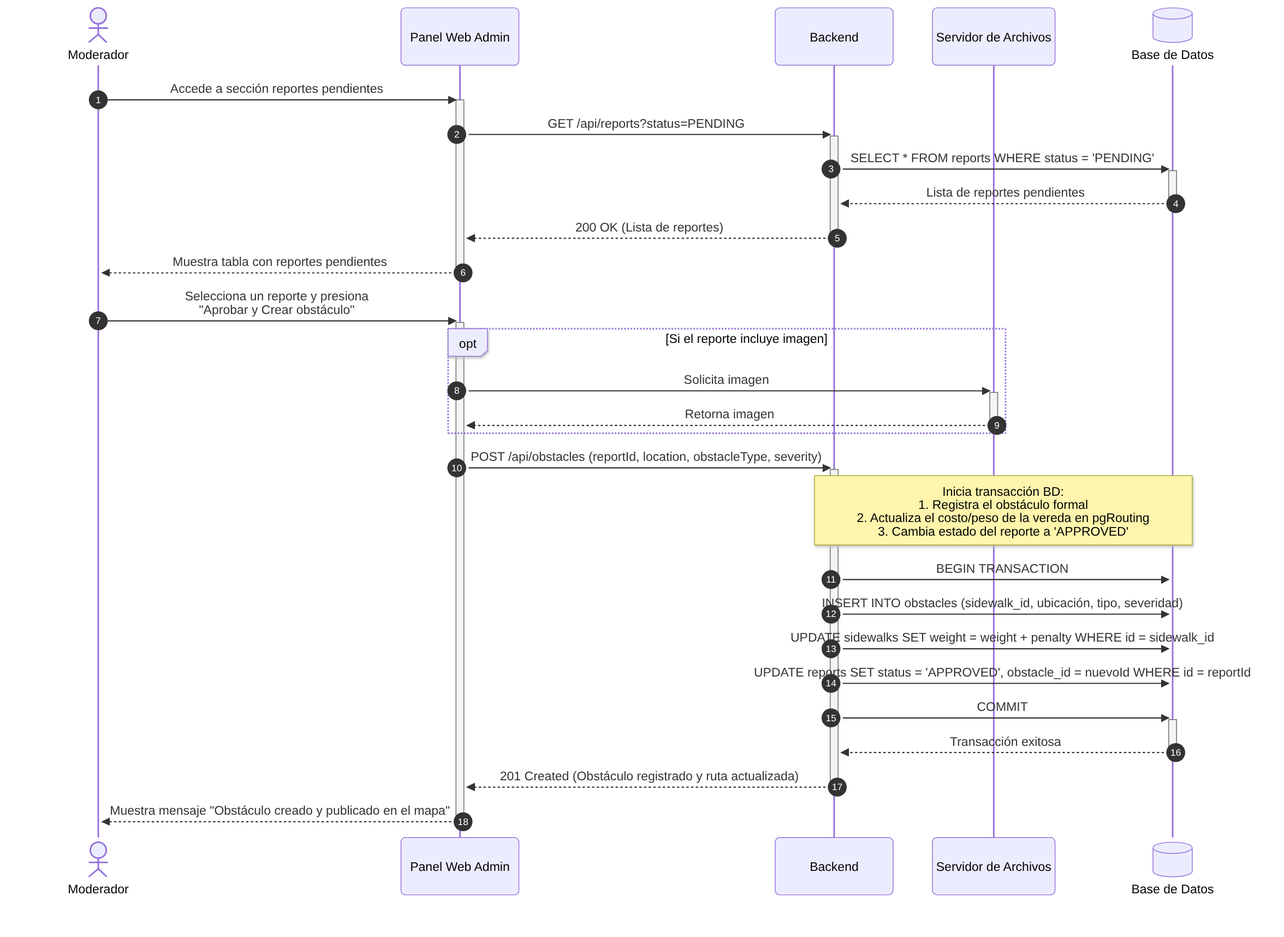
This is docs/diagrams/imgs/03-seq-C012.png from BLP-Technologies/rodando-x-mza, a Mermaid export, as it was before one commit. Its source is kept beside it as docs/diagrams/03-seq-C012.mmd.
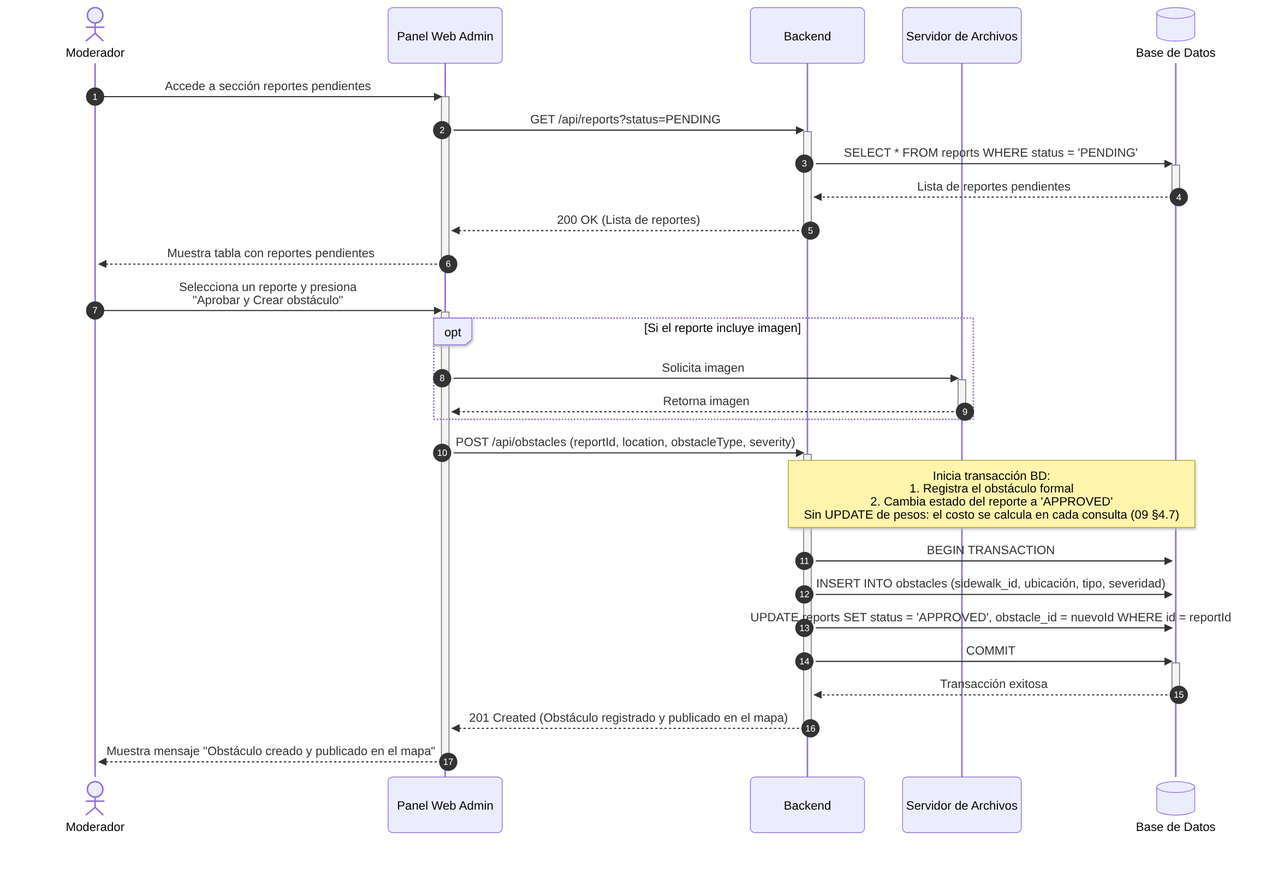
The same diagram one commit later.

The edit, as a diff of the source:
```diff
@@ -40,11 +40,10 @@
 
     activate B
 
-    Note over B,DB: Inicia transacción BD:<br/>1. Registra el obstáculo formal<br/>2. Actualiza el costo/peso de la vereda en pgRouting<br/>3. Cambia estado del reporte a 'APPROVED'
+    Note over B,DB: Inicia transacción BD:<br/>1. Registra el obstáculo formal<br/>2. Cambia estado del reporte a 'APPROVED'<br/>Sin UPDATE de pesos: el costo se calcula en cada consulta (09 §4.7)
 
     B ->> DB: BEGIN TRANSACTION
     B ->> DB: INSERT INTO obstacles (sidewalk_id, ubicación, tipo, severidad)
-    B ->> DB: UPDATE sidewalks SET weight = weight + penalty WHERE id = sidewalk_id
     B ->> DB: UPDATE reports SET status = 'APPROVED', obstacle_id = nuevoId WHERE id = reportId
     B ->> DB: COMMIT
 
@@ -52,7 +51,7 @@
     DB -->> B: Transacción exitosa
     deactivate DB
 
-    B -->> UI: 201 Created (Obstáculo registrado y ruta actualizada)
+    B -->> UI: 201 Created (Obstáculo registrado y publicado en el mapa)
     deactivate B
 
     UI -->> M: Muestra mensaje "Obstáculo creado y publicado en el mapa"
```
